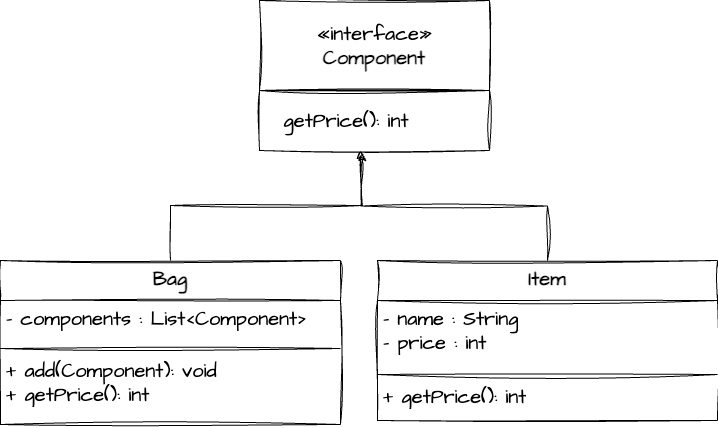
Before: src/main/java/me/cho/design_patterns/_2_structural_patterns/_03_composite/composite.drawio.png, a diagram exported from draw.io (choomi1217/designPatterns). Source tidied: cells renumbered, new cells last; positions are measured from the earlier drawing's top-left corner, leaving out a move shared by most shapes.
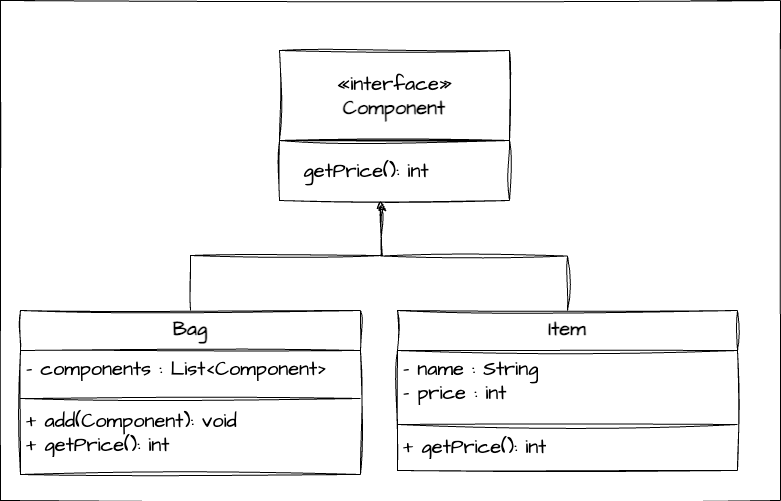
Above is the later version.

What changed in the source:
```diff
@@ -2,6 +2,9 @@
   <root>
     <mxCell id="0" />
     <mxCell id="1" parent="0" />
+    <mxCell id="15" style="rounded=0;whiteSpace=wrap;html=1;sketch=1;hachureGap=4;jiggle=2;curveFitting=1;fontFamily=Architects Daughter;fontSource=https%3A%2F%2Ffonts.googleapis.com%2Fcss%3Ffamily%3DArchitects%2BDaughter;fontSize=20;" parent="1" vertex="1">
+      <mxGeometry x="-20" y="-50" width="780" height="500" as="geometry" />
+    </mxCell>
     <mxCell id="2" style="edgeStyle=orthogonalEdgeStyle;rounded=0;sketch=1;hachureGap=4;jiggle=2;curveFitting=1;jettySize=auto;html=1;exitX=0.5;exitY=0;exitDx=0;exitDy=0;entryX=0.447;entryY=1.035;entryDx=0;entryDy=0;entryPerimeter=0;fontFamily=Architects Daughter;fontSource=https%3A%2F%2Ffonts.googleapis.com%2Fcss%3Ffamily%3DArchitects%2BDaughter;fontSize=16;" parent="1" edge="1" source="3" target="8">
       <mxGeometry relative="1" as="geometry" />
     </mxCell>
```
